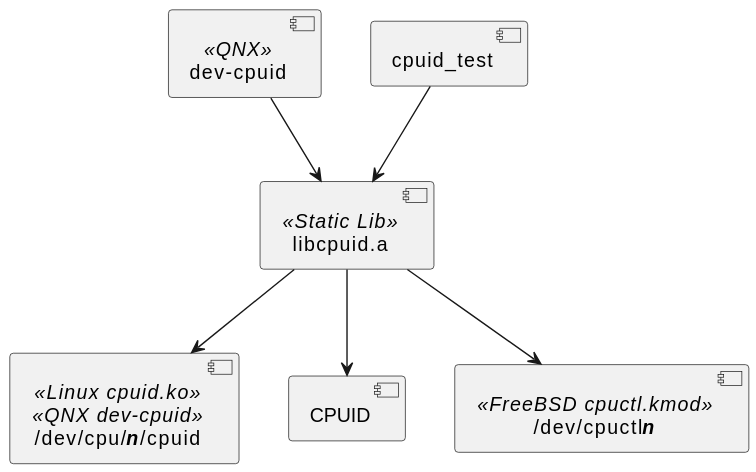
Above: qnx/tools/cpuid-x86/docs/assets/cpuid/cpuid_component.svg in jcurl/code.research (PlantUML), before the change.
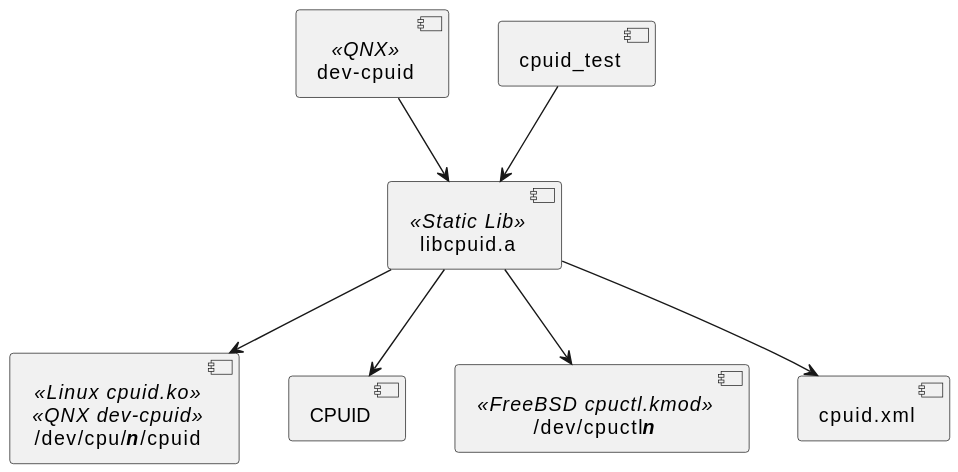
The same diagram one commit later.

The edit, as a diff of the source:
```diff
@@ -3,10 +3,12 @@
 component "/dev/cpu/**//n//**/cpuid" as linux <<Linux cpuid.ko>> <<QNX dev-cpuid>>
 component "CPUID" as cpuid
 component "/dev/cpuctl**//n//**" as freebsd <<FreeBSD cpuctl.kmod>>
+component "cpuid.xml" as XML
 
 libcpuid -d-> linux
 libcpuid -d-> cpuid
 libcpuid -d-> freebsd
+libcpuid -d-> XML
 
 component "dev-cpuid" as dev_cpuid <<QNX>>
 component cpuid_test
```
